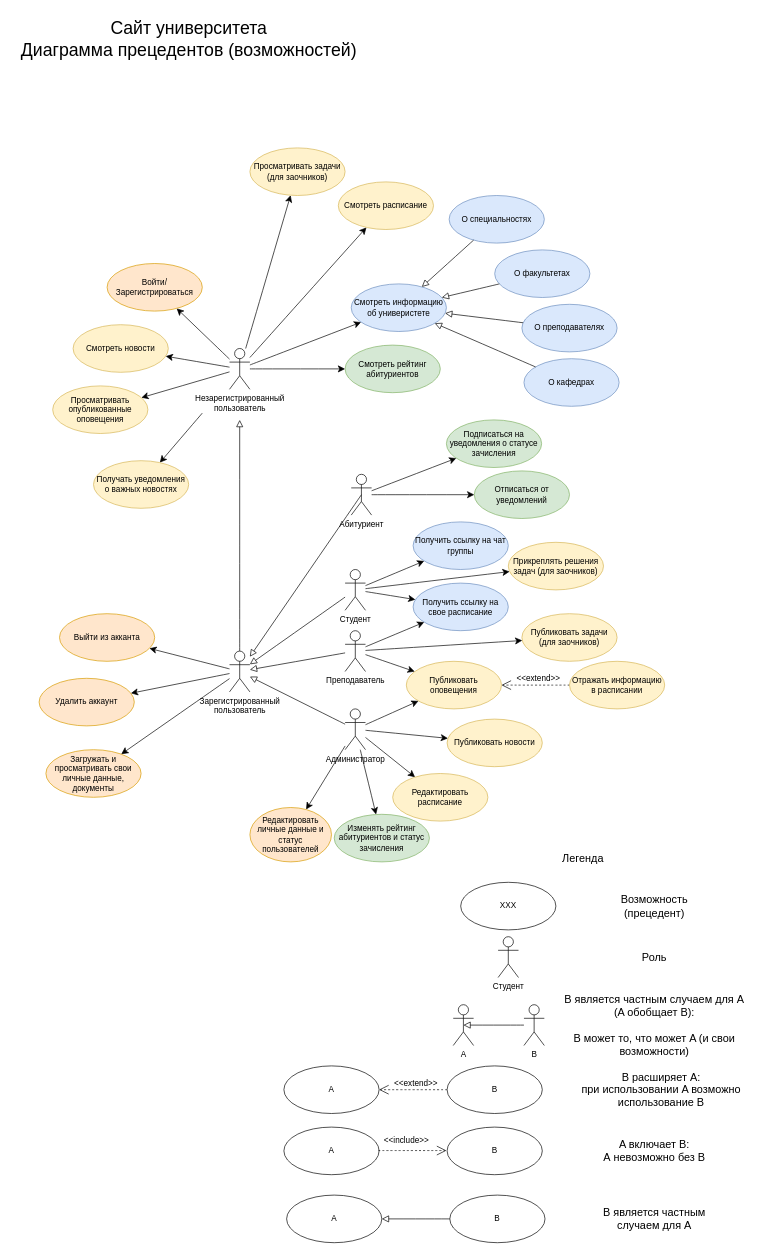
Earlier version of the draw.io diagram usecase.drawio (kawazaki42/tyrfeicy). Source tidied: cells renumbered, new cells numbered last; positions are measured from the earlier drawing's top-left corner, leaving out a move shared by most shapes. Both pictures are drawn from the tidied source at 68%, with x=0, y=0 at pixel (12, 12).
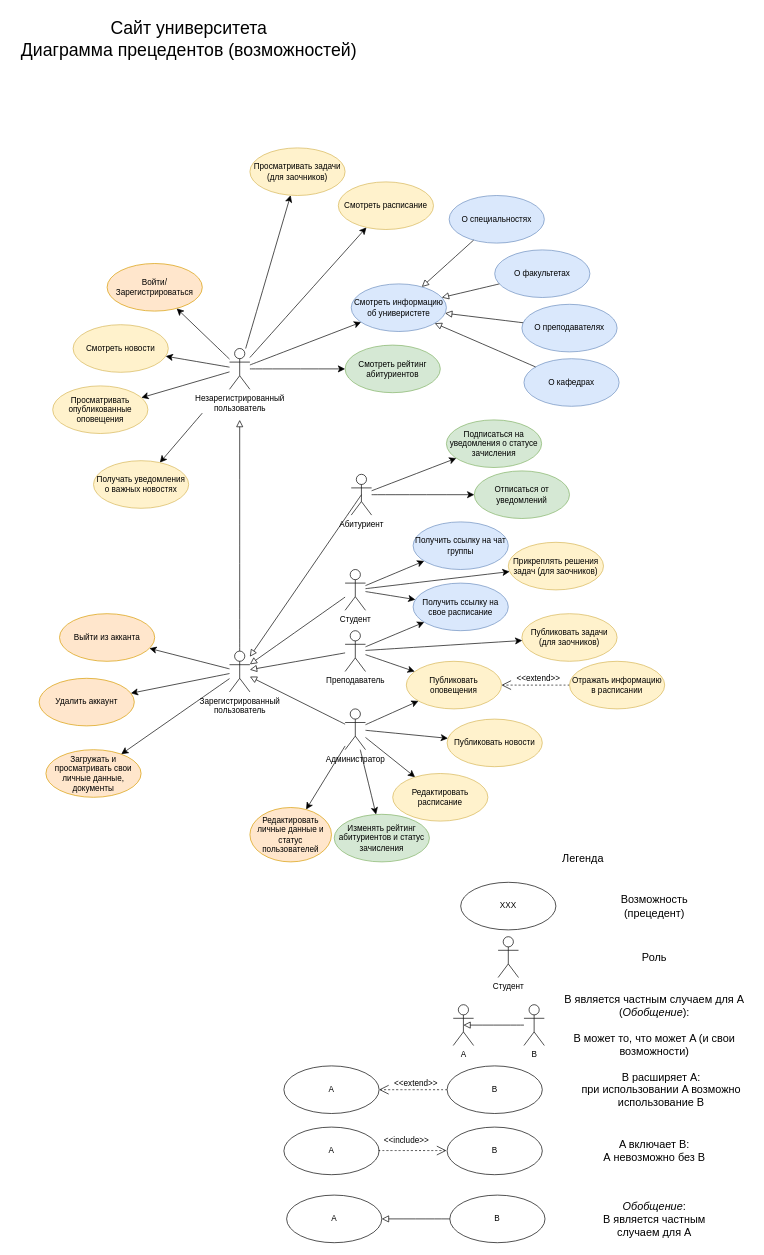
The same page after the edit.

Commit message:
Added 'Generalization' relationship title

The edit, as a diff of the source:
```diff
@@
-    <mxCell id="68" value="&lt;div&gt;B является частным случаем для A&lt;/div&gt;&lt;div&gt;(A обобщает B):&lt;/div&gt;&lt;div&gt;&lt;br&gt;&lt;/div&gt;&lt;div&gt;B может то, что может A (и свои возможности)&lt;/div&gt;" style="text;strokeColor=none;fillColor=none;html=1;align=center;verticalAlign=middle;whiteSpace=wrap;rounded=0;fontSize=16;" parent="1" vertex="1">
+    <mxCell id="68" value="&lt;div&gt;B является частным случаем для A&lt;/div&gt;&lt;div&gt;(&lt;i&gt;Обобщение&lt;/i&gt;):&lt;/div&gt;&lt;div&gt;&lt;br&gt;&lt;/div&gt;&lt;div&gt;B может то, что может A (и свои возможности)&lt;/div&gt;" style="text;strokeColor=none;fillColor=none;html=1;align=center;verticalAlign=middle;whiteSpace=wrap;rounded=0;fontSize=16;" parent="1" vertex="1">
       <mxGeometry x="800" y="1475" width="290" height="30" as="geometry" />
     </mxCell>
@@
-    <mxCell id="86" value="B является частным случаем для A" style="text;strokeColor=none;fillColor=none;html=1;align=center;verticalAlign=middle;whiteSpace=wrap;rounded=0;fontSize=16;" parent="1" vertex="1">
+    <mxCell id="86" value="&lt;div&gt;&lt;i&gt;Обобщение&lt;/i&gt;:&lt;/div&gt;&lt;div&gt;B является частным случаем для A&lt;/div&gt;" style="text;strokeColor=none;fillColor=none;html=1;align=center;verticalAlign=middle;whiteSpace=wrap;rounded=0;fontSize=16;" parent="1" vertex="1">
       <mxGeometry x="842" y="1760" width="206" height="30" as="geometry" />
     </mxCell>
```
